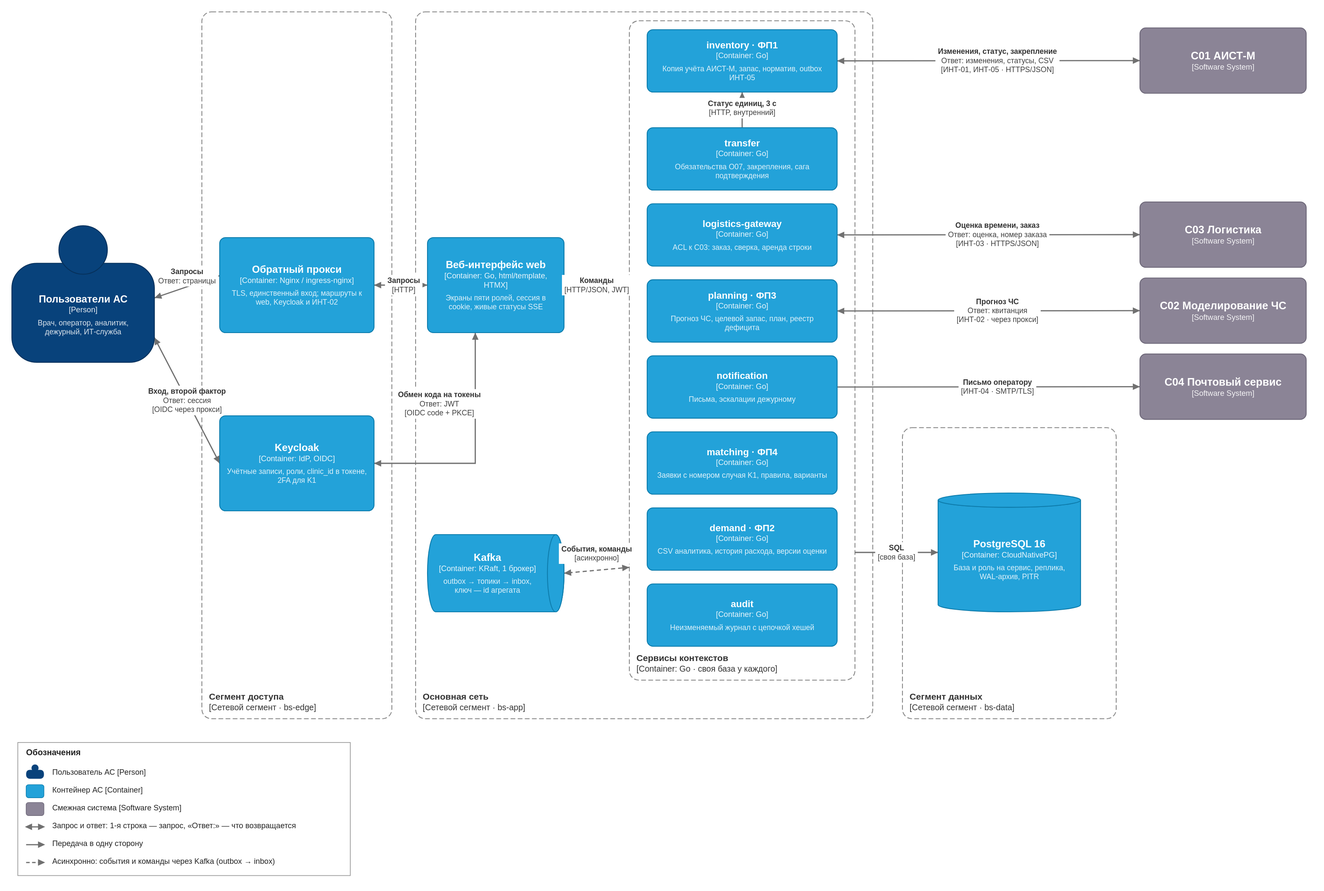
This is docs/architecture/diagrams/c4/c4-containers.drawio.svg from AlchemistBro/blood-supply-pet, a draw.io export, as it was before one commit. Source tidied: cells renumbered, new cells last; positions are measured from the earlier drawing's top-left corner, leaving out a move shared by most shapes.
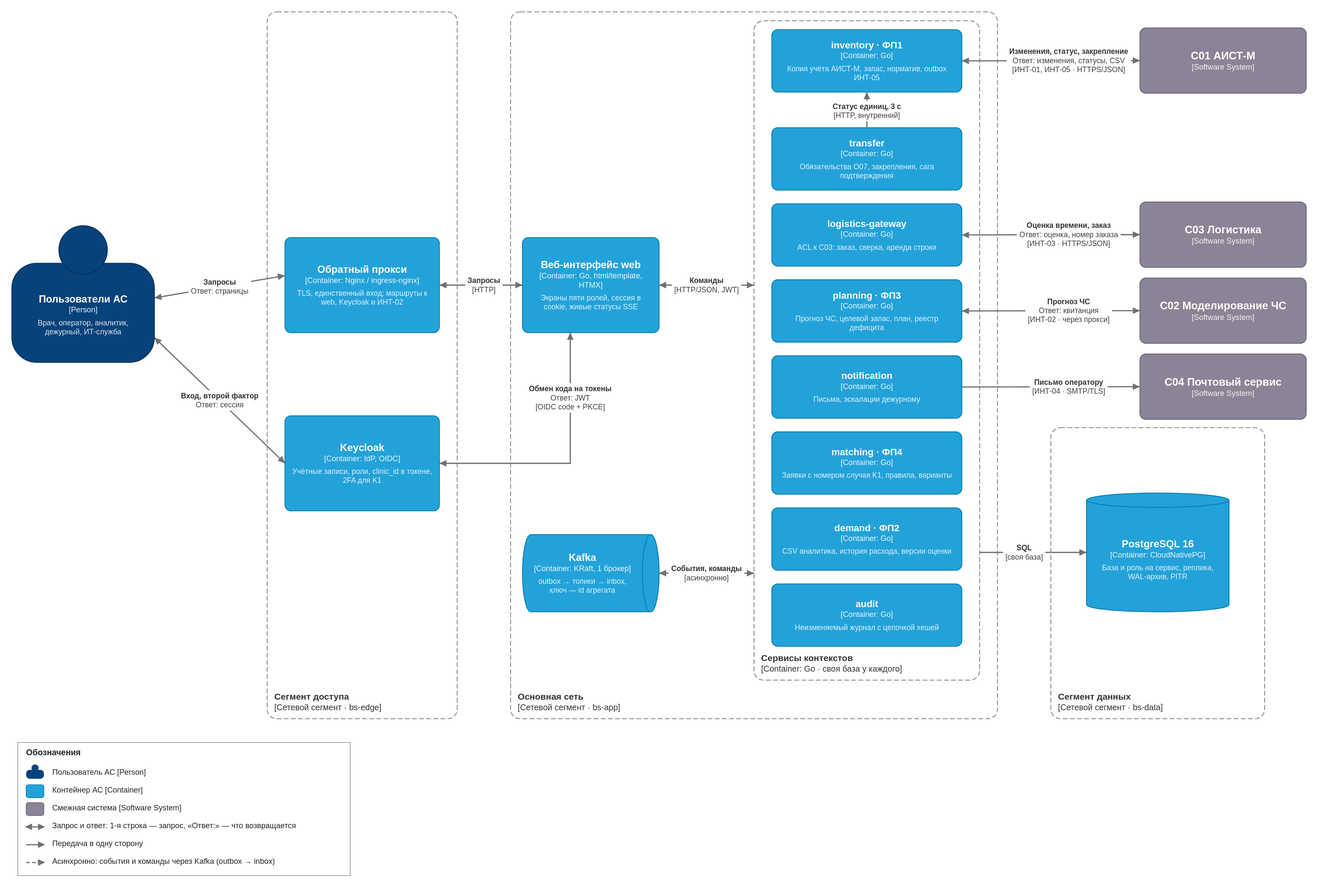
After the commit.

Diff of the diagram source:
```diff
@@ -8,51 +8,51 @@
     <mxCell id="3" value="&lt;b&gt;Сегмент доступа&lt;/b&gt;&lt;div&gt;[Сетевой сегмент · bs-edge]&lt;/div&gt;" style="rounded=1;arcSize=6;whiteSpace=wrap;html=1;dashed=1;dashPattern=8 4;fillColor=none;strokeColor=#8A8A8A;fontColor=#333333;fontSize=14;align=left;verticalAlign=bottom;spacing=10;labelBackgroundColor=none;" parent="1" vertex="1">
-      <mxGeometry x="320" width="320" height="1190" as="geometry" />
+      <mxGeometry x="430" width="320" height="1190" as="geometry" />
     </mxCell>
     <mxCell id="4" value="&lt;b&gt;&lt;font style=&quot;font-size:17px&quot;&gt;Обратный прокси&lt;/font&gt;&lt;/b&gt;&lt;div style=&quot;font-size:13px&quot;&gt;[Container: Nginx / ingress-nginx]&lt;/div&gt;&lt;br&gt;&lt;div style=&quot;font-size:12px&quot;&gt;TLS, единственный вход; маршруты к web, Keycloak и ИНТ-02&lt;/div&gt;" style="rounded=1;arcSize=10;whiteSpace=wrap;html=1;labelBackgroundColor=none;fillColor=#23A2D9;strokeColor=#0E7DAD;fontColor=#FFFFFF;fontSize=12;" parent="1" vertex="1">
-      <mxGeometry x="350" y="380" width="260" height="160" as="geometry" />
+      <mxGeometry x="460" y="380" width="260" height="160" as="geometry" />
     </mxCell>
     <mxCell id="5" value="&lt;b&gt;&lt;font style=&quot;font-size:17px&quot;&gt;Keycloak&lt;/font&gt;&lt;/b&gt;&lt;div style=&quot;font-size:13px&quot;&gt;[Container: IdP, OIDC]&lt;/div&gt;&lt;br&gt;&lt;div style=&quot;font-size:12px&quot;&gt;Учётные записи, роли, clinic_id в токене, 2FA для K1&lt;/div&gt;" style="rounded=1;arcSize=10;whiteSpace=wrap;html=1;labelBackgroundColor=none;fillColor=#23A2D9;strokeColor=#0E7DAD;fontColor=#FFFFFF;fontSize=12;" parent="1" vertex="1">
-      <mxGeometry x="350" y="680" width="260" height="160" as="geometry" />
+      <mxGeometry x="460" y="680" width="260" height="160" as="geometry" />
     </mxCell>
     <mxCell id="6" value="&lt;b&gt;Основная сеть&lt;/b&gt;&lt;div&gt;[Сетевой сегмент · bs-app]&lt;/div&gt;" style="rounded=1;arcSize=6;whiteSpace=wrap;html=1;dashed=1;dashPattern=8 4;fillColor=none;strokeColor=#8A8A8A;fontColor=#333333;fontSize=14;align=left;verticalAlign=bottom;spacing=10;labelBackgroundColor=none;" parent="1" vertex="1">
-      <mxGeometry x="680" width="770" height="1190" as="geometry" />
+      <mxGeometry x="840" width="820" height="1190" as="geometry" />
     </mxCell>
     <mxCell id="7" value="&lt;b&gt;&lt;font style=&quot;font-size:17px&quot;&gt;Веб-интерфейс web&lt;/font&gt;&lt;/b&gt;&lt;div style=&quot;font-size:13px&quot;&gt;[Container: Go, html/template, HTMX]&lt;/div&gt;&lt;br&gt;&lt;div style=&quot;font-size:12px&quot;&gt;Экраны пяти ролей, сессия в cookie, живые статусы SSE&lt;/div&gt;" style="rounded=1;arcSize=10;whiteSpace=wrap;html=1;labelBackgroundColor=none;fillColor=#23A2D9;strokeColor=#0E7DAD;fontColor=#FFFFFF;fontSize=12;" parent="1" vertex="1">
-      <mxGeometry x="700" y="380" width="230" height="160" as="geometry" />
+      <mxGeometry x="860" y="380" width="230" height="160" as="geometry" />
     </mxCell>
     <mxCell id="8" value="&lt;b&gt;&lt;font style=&quot;font-size:17px&quot;&gt;Kafka&lt;/font&gt;&lt;/b&gt;&lt;div style=&quot;font-size:13px&quot;&gt;[Container: KRaft, 1 брокер]&lt;/div&gt;&lt;br&gt;&lt;div style=&quot;font-size:12px&quot;&gt;outbox → топики → inbox, ключ — id агрегата&lt;/div&gt;" style="shape=cylinder3;direction=south;size=14;boundedLbl=1;whiteSpace=wrap;html=1;labelBackgroundColor=none;fillColor=#23A2D9;strokeColor=#0E7DAD;fontColor=#FFFFFF;fontSize=12;" parent="1" vertex="1">
-      <mxGeometry x="700" y="880" width="230" height="130" as="geometry" />
+      <mxGeometry x="860" y="880" width="230" height="130" as="geometry" />
     </mxCell>
     <mxCell id="9" value="&lt;b&gt;Сервисы контекстов&lt;/b&gt;&lt;div&gt;[Container: Go · своя база у каждого]&lt;/div&gt;" style="rounded=1;arcSize=6;whiteSpace=wrap;html=1;dashed=1;dashPattern=8 4;fillColor=none;strokeColor=#8A8A8A;fontColor=#333333;fontSize=14;align=left;verticalAlign=bottom;spacing=10;labelBackgroundColor=none;" parent="1" vertex="1">
-      <mxGeometry x="1040" y="15" width="380" height="1110" as="geometry" />
+      <mxGeometry x="1250" y="15" width="380" height="1110" as="geometry" />
     </mxCell>
     <mxCell id="10" value="&lt;b&gt;&lt;font style=&quot;font-size:16px&quot;&gt;inventory · ФП1&lt;/font&gt;&lt;/b&gt;&lt;div style=&quot;font-size:13px&quot;&gt;[Container: Go]&lt;/div&gt;&lt;br&gt;&lt;div style=&quot;font-size:12px&quot;&gt;Копия учёта АИСТ-М, запас, норматив, outbox ИНТ-05&lt;/div&gt;" style="rounded=1;arcSize=10;whiteSpace=wrap;html=1;labelBackgroundColor=none;fillColor=#23A2D9;strokeColor=#0E7DAD;fontColor=#FFFFFF;fontSize=12;" parent="1" vertex="1">
-      <mxGeometry x="1070" y="30" width="320" height="105" as="geometry" />
+      <mxGeometry x="1280" y="30" width="320" height="105" as="geometry" />
     </mxCell>
     <mxCell id="11" value="&lt;b&gt;&lt;font style=&quot;font-size:16px&quot;&gt;transfer&lt;/font&gt;&lt;/b&gt;&lt;div style=&quot;font-size:13px&quot;&gt;[Container: Go]&lt;/div&gt;&lt;br&gt;&lt;div style=&quot;font-size:12px&quot;&gt;Обязательства O07, закрепления, сага подтверждения&lt;/div&gt;" style="rounded=1;arcSize=10;whiteSpace=wrap;html=1;labelBackgroundColor=none;fillColor=#23A2D9;strokeColor=#0E7DAD;fontColor=#FFFFFF;fontSize=12;" parent="1" vertex="1">
-      <mxGeometry x="1070" y="195" width="320" height="105" as="geometry" />
+      <mxGeometry x="1280" y="195" width="320" height="105" as="geometry" />
     </mxCell>
     <mxCell id="12" value="&lt;b&gt;&lt;font style=&quot;font-size:16px&quot;&gt;logistics-gateway&lt;/font&gt;&lt;/b&gt;&lt;div style=&quot;font-size:13px&quot;&gt;[Container: Go]&lt;/div&gt;&lt;br&gt;&lt;div style=&quot;font-size:12px&quot;&gt;ACL к C03: заказ, сверка, аренда строки&lt;/div&gt;" style="rounded=1;arcSize=10;whiteSpace=wrap;html=1;labelBackgroundColor=none;fillColor=#23A2D9;strokeColor=#0E7DAD;fontColor=#FFFFFF;fontSize=12;" parent="1" vertex="1">
-      <mxGeometry x="1070" y="323" width="320" height="105" as="geometry" />
+      <mxGeometry x="1280" y="323" width="320" height="105" as="geometry" />
     </mxCell>
     <mxCell id="13" value="&lt;b&gt;&lt;font style=&quot;font-size:16px&quot;&gt;planning · ФП3&lt;/font&gt;&lt;/b&gt;&lt;div style=&quot;font-size:13px&quot;&gt;[Container: Go]&lt;/div&gt;&lt;br&gt;&lt;div style=&quot;font-size:12px&quot;&gt;Прогноз ЧС, целевой запас, план, реестр дефицита&lt;/div&gt;" style="rounded=1;arcSize=10;whiteSpace=wrap;html=1;labelBackgroundColor=none;fillColor=#23A2D9;strokeColor=#0E7DAD;fontColor=#FFFFFF;fontSize=12;" parent="1" vertex="1">
-      <mxGeometry x="1070" y="451" width="320" height="105" as="geometry" />
+      <mxGeometry x="1280" y="451" width="320" height="105" as="geometry" />
     </mxCell>
     <mxCell id="14" value="&lt;b&gt;&lt;font style=&quot;font-size:16px&quot;&gt;notification&lt;/font&gt;&lt;/b&gt;&lt;div style=&quot;font-size:13px&quot;&gt;[Container: Go]&lt;/div&gt;&lt;br&gt;&lt;div style=&quot;font-size:12px&quot;&gt;Письма, эскалации дежурному&lt;/div&gt;" style="rounded=1;arcSize=10;whiteSpace=wrap;html=1;labelBackgroundColor=none;fillColor=#23A2D9;strokeColor=#0E7DAD;fontColor=#FFFFFF;fontSize=12;" parent="1" vertex="1">
-      <mxGeometry x="1070" y="579" width="320" height="105" as="geometry" />
+      <mxGeometry x="1280" y="579" width="320" height="105" as="geometry" />
     </mxCell>
     <mxCell id="15" value="&lt;b&gt;&lt;font style=&quot;font-size:16px&quot;&gt;matching · ФП4&lt;/font&gt;&lt;/b&gt;&lt;div style=&quot;font-size:13px&quot;&gt;[Container: Go]&lt;/div&gt;&lt;br&gt;&lt;div style=&quot;font-size:12px&quot;&gt;Заявки с номером случая K1, правила, варианты&lt;/div&gt;" style="rounded=1;arcSize=10;whiteSpace=wrap;html=1;labelBackgroundColor=none;fillColor=#23A2D9;strokeColor=#0E7DAD;fontColor=#FFFFFF;fontSize=12;" parent="1" vertex="1">
-      <mxGeometry x="1070" y="707" width="320" height="105" as="geometry" />
+      <mxGeometry x="1280" y="707" width="320" height="105" as="geometry" />
     </mxCell>
     <mxCell id="16" value="&lt;b&gt;&lt;font style=&quot;font-size:16px&quot;&gt;demand · ФП2&lt;/font&gt;&lt;/b&gt;&lt;div style=&quot;font-size:13px&quot;&gt;[Container: Go]&lt;/div&gt;&lt;br&gt;&lt;div style=&quot;font-size:12px&quot;&gt;CSV аналитика, история расхода, версии оценки&lt;/div&gt;" style="rounded=1;arcSize=10;whiteSpace=wrap;html=1;labelBackgroundColor=none;fillColor=#23A2D9;strokeColor=#0E7DAD;fontColor=#FFFFFF;fontSize=12;" parent="1" vertex="1">
-      <mxGeometry x="1070" y="835" width="320" height="105" as="geometry" />
+      <mxGeometry x="1280" y="835" width="320" height="105" as="geometry" />
     </mxCell>
     <mxCell id="17" value="&lt;b&gt;&lt;font style=&quot;font-size:16px&quot;&gt;audit&lt;/font&gt;&lt;/b&gt;&lt;div style=&quot;font-size:13px&quot;&gt;[Container: Go]&lt;/div&gt;&lt;br&gt;&lt;div style=&quot;font-size:12px&quot;&gt;Неизменяемый журнал с цепочкой хешей&lt;/div&gt;" style="rounded=1;arcSize=10;whiteSpace=wrap;html=1;labelBackgroundColor=none;fillColor=#23A2D9;strokeColor=#0E7DAD;fontColor=#FFFFFF;fontSize=12;" parent="1" vertex="1">
-      <mxGeometry x="1070" y="963" width="320" height="105" as="geometry" />
+      <mxGeometry x="1280" y="963" width="320" height="105" as="geometry" />
     </mxCell>
     <mxCell id="18" value="&lt;b&gt;Сегмент данных&lt;/b&gt;&lt;div&gt;[Сетевой сегмент · bs-data]&lt;/div&gt;" style="rounded=1;arcSize=6;whiteSpace=wrap;html=1;dashed=1;dashPattern=8 4;fillColor=none;strokeColor=#8A8A8A;fontColor=#333333;fontSize=14;align=left;verticalAlign=bottom;spacing=10;labelBackgroundColor=none;" parent="1" vertex="1">
-      <mxGeometry x="1500" y="700" width="360" height="490" as="geometry" />
+      <mxGeometry x="1750" y="700" width="360" height="490" as="geometry" />
     </mxCell>
     <mxCell id="19" value="&lt;b&gt;&lt;font style=&quot;font-size:17px&quot;&gt;PostgreSQL 16&lt;/font&gt;&lt;/b&gt;&lt;div style=&quot;font-size:13px&quot;&gt;[Container: CloudNativePG]&lt;/div&gt;&lt;br&gt;&lt;div style=&quot;font-size:12px&quot;&gt;База и роль на сервис, реплика, WAL-архив, PITR&lt;/div&gt;" style="shape=cylinder3;size=12;boundedLbl=1;whiteSpace=wrap;html=1;labelBackgroundColor=none;fillColor=#23A2D9;strokeColor=#0E7DAD;fontColor=#FFFFFF;fontSize=12;" parent="1" vertex="1">
-      <mxGeometry x="1560" y="810" width="240" height="200" as="geometry" />
+      <mxGeometry x="1810" y="810" width="240" height="200" as="geometry" />
     </mxCell>
@@ -74,3 +74,3 @@
     <mxCell id="25" value="&lt;b&gt;Запросы&lt;/b&gt;&lt;br&gt;Ответ: страницы" style="text;html=1;align=center;verticalAlign=middle;labelBackgroundColor=#FFFFFF;fontSize=12;fontColor=#404040;" parent="1" vertex="1">
-      <mxGeometry x="242" y="430" width="106" height="30" as="geometry" />
+      <mxGeometry x="297" y="448" width="106" height="30" as="geometry" />
     </mxCell>
@@ -79,4 +79,4 @@
     </mxCell>
-    <mxCell id="27" value="&lt;b&gt;Вход, второй фактор&lt;/b&gt;&lt;br&gt;Ответ: сессия&lt;br&gt;[OIDC через прокси]" style="text;html=1;align=center;verticalAlign=middle;labelBackgroundColor=#FFFFFF;fontSize=12;fontColor=#404040;" parent="1" vertex="1">
-      <mxGeometry x="225" y="631" width="140" height="46" as="geometry" />
+    <mxCell id="27" value="&lt;b&gt;Вход, второй фактор&lt;/b&gt;&lt;br&gt;Ответ: сессия" style="text;html=1;align=center;verticalAlign=middle;labelBackgroundColor=#FFFFFF;fontSize=12;fontColor=#404040;" parent="1" vertex="1">
+      <mxGeometry x="280" y="639" width="140" height="30" as="geometry" />
     </mxCell>
@@ -86,3 +86,3 @@
     <mxCell id="29" value="&lt;b&gt;Запросы&lt;/b&gt;&lt;br&gt;[HTTP]" style="text;html=1;align=center;verticalAlign=middle;labelBackgroundColor=#FFFFFF;fontSize=12;fontColor=#404040;" parent="1" vertex="1">
-      <mxGeometry x="628" y="445" width="63" height="30" as="geometry" />
+      <mxGeometry x="763" y="445" width="63" height="30" as="geometry" />
     </mxCell>
@@ -91,3 +91,3 @@
         <Array as="points">
-          <mxPoint x="780" y="760" />
+          <mxPoint x="940" y="760" />
         </Array>
@@ -96,5 +96,5 @@
     <mxCell id="31" value="&lt;b&gt;Обмен кода на токены&lt;/b&gt;&lt;br&gt;Ответ: JWT&lt;br&gt;[OIDC code + PKCE]" style="text;html=1;align=center;verticalAlign=middle;labelBackgroundColor=#FFFFFF;fontSize=12;fontColor=#404040;" parent="1" vertex="1">
-      <mxGeometry x="646" y="637" width="148" height="46" as="geometry" />
+      <mxGeometry x="866" y="627" width="148" height="46" as="geometry" />
     </mxCell>
-    <mxCell id="32" style="edgeStyle=none;rounded=0;html=1;strokeColor=#707070;strokeWidth=2;endArrow=block;endFill=1;startArrow=block;startFill=1;exitX=1;exitY=0.5;exitDx=0;exitDy=0;entryX=0;entryY=0.411;entryDx=0;entryDy=0;" parent="1" edge="1" source="7" target="9">
+    <mxCell id="32" style="edgeStyle=none;rounded=0;html=1;strokeColor=#707070;strokeWidth=2;endArrow=block;endFill=1;startArrow=block;startFill=1;exitX=1;exitY=0.5;exitDx=0;exitDy=0;entryX=0;entryY=0.4009;entryDx=0;entryDy=0;" parent="1" edge="1" source="7" target="9">
       <mxGeometry relative="1" as="geometry" />
@@ -102,3 +102,3 @@
     <mxCell id="33" value="&lt;b&gt;Команды&lt;/b&gt;&lt;br&gt;[HTTP/JSON, JWT]" style="text;html=1;align=center;verticalAlign=middle;labelBackgroundColor=#FFFFFF;fontSize=12;fontColor=#404040;" parent="1" vertex="1">
-      <mxGeometry x="926" y="445" width="117" height="30" as="geometry" />
+      <mxGeometry x="1111" y="445" width="117" height="30" as="geometry" />
     </mxCell>
@@ -108,5 +108,5 @@
     <mxCell id="35" value="&lt;b&gt;Статус единиц, 3 с&lt;/b&gt;&lt;br&gt;[HTTP, внутренний]" style="text;html=1;align=center;verticalAlign=middle;labelBackgroundColor=#FFFFFF;fontSize=12;fontColor=#404040;" parent="1" vertex="1">
-      <mxGeometry x="1168" y="147" width="123" height="30" as="geometry" />
+      <mxGeometry x="1378" y="152" width="123" height="30" as="geometry" />
     </mxCell>
-    <mxCell id="36" style="edgeStyle=none;rounded=0;html=1;strokeColor=#707070;strokeWidth=2;endArrow=block;endFill=1;startArrow=block;startFill=1;dashed=1;exitX=0;exitY=0.8289;exitDx=0;exitDy=0;entryX=1;entryY=0.5;entryDx=0;entryDy=0;" parent="1" edge="1" source="9" target="8">
+    <mxCell id="36" style="edgeStyle=none;rounded=0;html=1;strokeColor=#707070;strokeWidth=2;endArrow=block;endFill=1;startArrow=block;startFill=1;dashed=1;exitX=0;exitY=0.8378;exitDx=0;exitDy=0;entryX=1;entryY=0.5;entryDx=0;entryDy=0;" parent="1" edge="1" source="9" target="8">
       <mxGeometry relative="1" as="geometry" />
@@ -114,3 +114,3 @@
     <mxCell id="37" value="&lt;b&gt;События, команды&lt;/b&gt;&lt;br&gt;[асинхронно]" style="text;html=1;align=center;verticalAlign=middle;labelBackgroundColor=#FFFFFF;fontSize=12;fontColor=#404040;" parent="1" vertex="1">
-      <mxGeometry x="921" y="897" width="127" height="30" as="geometry" />
+      <mxGeometry x="1106" y="930" width="127" height="30" as="geometry" />
     </mxCell>
@@ -120,3 +120,3 @@
     <mxCell id="39" value="&lt;b&gt;SQL&lt;/b&gt;&lt;br&gt;[своя база]" style="text;html=1;align=center;verticalAlign=middle;labelBackgroundColor=#FFFFFF;fontSize=12;fontColor=#404040;" parent="1" vertex="1">
-      <mxGeometry x="1454" y="895" width="72" height="30" as="geometry" />
+      <mxGeometry x="1669" y="895" width="72" height="30" as="geometry" />
     </mxCell>
@@ -126,3 +126,3 @@
     <mxCell id="41" value="&lt;b&gt;Изменения, статус, закрепление&lt;/b&gt;&lt;br&gt;Ответ: изменения, статусы, CSV&lt;br&gt;[ИНТ-01, ИНТ-05 · HTTPS/JSON]" style="text;html=1;align=center;verticalAlign=middle;labelBackgroundColor=#FFFFFF;fontSize=12;fontColor=#404040;" parent="1" vertex="1">
-      <mxGeometry x="1555" y="59" width="209" height="46" as="geometry" />
+      <mxGeometry x="1675" y="59" width="209" height="46" as="geometry" />
     </mxCell>
@@ -132,3 +132,3 @@
     <mxCell id="43" value="&lt;b&gt;Оценка времени, заказ&lt;/b&gt;&lt;br&gt;Ответ: оценка, номер заказа&lt;br&gt;[ИНТ-03 · HTTPS/JSON]" style="text;html=1;align=center;verticalAlign=middle;labelBackgroundColor=#FFFFFF;fontSize=12;fontColor=#404040;" parent="1" vertex="1">
-      <mxGeometry x="1573" y="352" width="175" height="46" as="geometry" />
+      <mxGeometry x="1693" y="352" width="175" height="46" as="geometry" />
     </mxCell>
@@ -138,3 +138,3 @@
     <mxCell id="45" value="&lt;b&gt;Прогноз ЧС&lt;/b&gt;&lt;br&gt;Ответ: квитанция&lt;br&gt;[ИНТ-02 · через прокси]" style="text;html=1;align=center;verticalAlign=middle;labelBackgroundColor=#FFFFFF;fontSize=12;fontColor=#404040;" parent="1" vertex="1">
-      <mxGeometry x="1587" y="480" width="146" height="46" as="geometry" />
+      <mxGeometry x="1707" y="480" width="146" height="46" as="geometry" />
     </mxCell>
@@ -144,3 +144,3 @@
     <mxCell id="47" value="&lt;b&gt;Письмо оператору&lt;/b&gt;&lt;br&gt;[ИНТ-04 · SMTP/TLS]" style="text;html=1;align=center;verticalAlign=middle;labelBackgroundColor=#FFFFFF;fontSize=12;fontColor=#404040;" parent="1" vertex="1">
-      <mxGeometry x="1595" y="616" width="131" height="30" as="geometry" />
+      <mxGeometry x="1715" y="616" width="131" height="30" as="geometry" />
     </mxCell>
```
